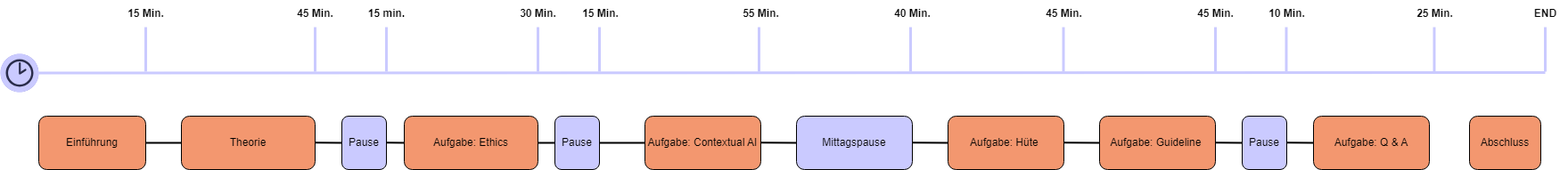
LeonMack/IWS-Workshop-Uebungsaufgaben keeps this draw.io diagram as .github/Timeline.png. Above is the earlier version. Source tidied: cells renumbered, new cells last; positions are measured from the earlier drawing's top-left corner, leaving out a move shared by most shapes.
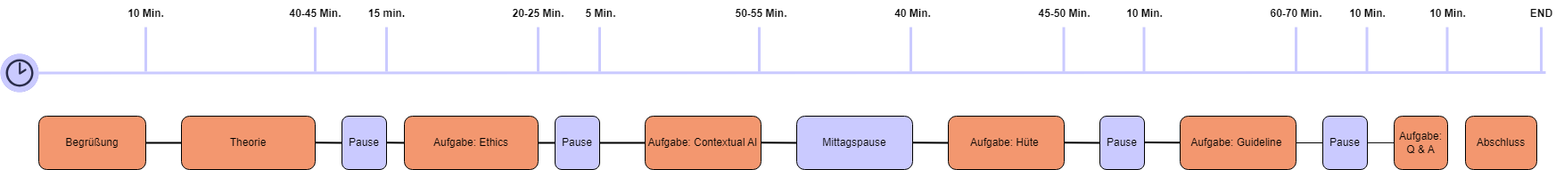
Above is the later version.

The edit, as a diff of the source:
```diff
@@ -7,3 +7,3 @@
     </mxCell>
-    <mxCell id="3" value="Einführung" style="rounded=1;whiteSpace=wrap;html=1;fillColor=#f3976f;" parent="1" vertex="1">
+    <mxCell id="3" value="Begrüßung" style="rounded=1;whiteSpace=wrap;html=1;fillColor=#f3976f;" parent="1" vertex="1">
       <mxGeometry x="43" y="130" width="120" height="60" as="geometry" />
@@ -25,161 +25,158 @@
     </mxCell>
-    <mxCell id="9" value="Pause" style="rounded=1;whiteSpace=wrap;html=1;fillColor=#CACAFF;" parent="1" vertex="1">
-      <mxGeometry x="1393" y="130" width="50" height="60" as="geometry" />
+    <mxCell id="9" style="edgeStyle=orthogonalEdgeStyle;rounded=0;jettySize=auto;html=1;endArrow=none;endFill=0;" parent="1" edge="1" source="10" target="11">
+      <mxGeometry relative="1" as="geometry" />
     </mxCell>
-    <mxCell id="10" value="Aufgabe: Guideline&amp;nbsp;" style="rounded=1;whiteSpace=wrap;html=1;fillColor=#f3976f;" parent="1" vertex="1">
-      <mxGeometry x="1233" y="130" width="130" height="60" as="geometry" />
+    <mxCell id="10" value="Pause" style="rounded=1;whiteSpace=wrap;html=1;fillColor=#CACAFF;" parent="1" vertex="1">
+      <mxGeometry x="1483" y="130" width="50" height="60" as="geometry" />
     </mxCell>
-    <mxCell id="11" style="rounded=0;orthogonalLoop=1;jettySize=auto;html=1;endArrow=none;endFill=0;strokeWidth=2;entryX=0;entryY=0.5;entryDx=0;entryDy=0;" parent="1" edge="1">
-      <mxGeometry relative="1" as="geometry">
-        <mxPoint x="433" y="159.8" as="sourcePoint" />
-        <mxPoint x="455" y="160" as="targetPoint" />
-      </mxGeometry>
+    <mxCell id="11" value="Aufgabe: Guideline&amp;nbsp;" style="rounded=1;whiteSpace=wrap;html=1;fillColor=#f3976f;" parent="1" vertex="1">
+      <mxGeometry x="1323" y="130" width="130" height="60" as="geometry" />
     </mxCell>
-    <mxCell id="12" style="rounded=0;jettySize=auto;html=1;endArrow=none;endFill=0;strokeWidth=2;entryX=0;entryY=0.5;entryDx=0;entryDy=0;" parent="1" edge="1" target="6">
+    <mxCell id="12" style="rounded=0;orthogonalLoop=1;jettySize=auto;html=1;endArrow=none;endFill=0;strokeWidth=2;entryX=0;entryY=0.5;entryDx=0;entryDy=0;" parent="1" edge="1">
       <mxGeometry relative="1" as="geometry">
-        <mxPoint x="603" y="160" as="sourcePoint" />
+        <mxPoint x="433" y="159.8" as="sourcePoint" />
+        <mxPoint x="455" y="160" as="targetPoint" />
       </mxGeometry>
     </mxCell>
-    <mxCell id="13" style="rounded=0;jettySize=auto;html=1;endArrow=none;endFill=0;strokeWidth=2;exitX=1;exitY=0.5;exitDx=0;exitDy=0;" parent="1" edge="1" source="6">
+    <mxCell id="13" style="rounded=0;jettySize=auto;html=1;endArrow=none;endFill=0;strokeWidth=2;entryX=0;entryY=0.5;entryDx=0;entryDy=0;" parent="1" edge="1" target="6">
       <mxGeometry relative="1" as="geometry">
-        <mxPoint x="723" y="160" as="targetPoint" />
+        <mxPoint x="603" y="160" as="sourcePoint" />
       </mxGeometry>
     </mxCell>
-    <mxCell id="14" style="endArrow=none;html=1;rounded=0;strokeWidth=3;strokeColor=#CACAFF;" parent="1" edge="1">
+    <mxCell id="14" style="rounded=0;jettySize=auto;html=1;endArrow=none;endFill=0;strokeWidth=2;exitX=1;exitY=0.5;exitDx=0;exitDy=0;" parent="1" edge="1" source="6">
       <mxGeometry relative="1" as="geometry">
-        <mxPoint x="43" y="81.4" as="sourcePoint" />
-        <mxPoint x="1733" y="81" as="targetPoint" />
+        <mxPoint x="723" y="160" as="targetPoint" />
       </mxGeometry>
     </mxCell>
-    <mxCell id="15" style="fillColor=#CACAFF;verticalLabelPosition=bottom;sketch=0;html=1;strokeColor=#2a2d4b;verticalAlign=top;align=center;shape=mxgraph.cisco_safe.compositeIcon;bgIcon=ellipse;resIcon=mxgraph.cisco_safe.capability.time_synchronization;" parent="1" vertex="1">
-      <mxGeometry y="60" width="43" height="43" as="geometry" />
+    <mxCell id="15" style="endArrow=none;html=1;rounded=0;strokeWidth=3;strokeColor=#CACAFF;" parent="1" edge="1">
+      <mxGeometry relative="1" as="geometry">
+        <mxPoint x="43" y="81.4" as="sourcePoint" />
+        <mxPoint x="1733" y="81" as="targetPoint" />
+      </mxGeometry>
     </mxCell>
-    <mxCell id="16" value="15 Min." style="text;html=1;align=center;verticalAlign=middle;strokeColor=none;fillColor=none;fontStyle=1;" parent="1" vertex="1">
-      <mxGeometry x="133" width="60" height="30" as="geometry" />
+    <mxCell id="16" style="fillColor=#CACAFF;verticalLabelPosition=bottom;sketch=0;html=1;strokeColor=#2a2d4b;verticalAlign=top;align=center;shape=mxgraph.cisco_safe.compositeIcon;bgIcon=ellipse;resIcon=mxgraph.cisco_safe.capability.time_synchronization;" parent="1" vertex="1">
+      <mxGeometry y="60" width="43" height="43" as="geometry" />
     </mxCell>
-    <mxCell id="17" style="edgeStyle=none;orthogonalLoop=1;jettySize=auto;html=1;rounded=0;endArrow=none;endFill=0;strokeWidth=3;strokeColor=#CACAFF;" parent="1" edge="1">
-      <mxGeometry relative="1" as="geometry">
-        <mxPoint x="353" y="80" as="sourcePoint" />
-        <mxPoint x="353" y="30" as="targetPoint" />
-      </mxGeometry>
+    <mxCell id="17" value="10 Min." style="text;html=1;align=center;verticalAlign=middle;strokeColor=none;fillColor=none;fontStyle=1;" parent="1" vertex="1">
+      <mxGeometry x="133" width="60" height="30" as="geometry" />
     </mxCell>
-    <mxCell id="18" value="45 Min." style="text;html=1;align=center;verticalAlign=middle;strokeColor=none;fillColor=none;fontStyle=1;" parent="1" vertex="1">
-      <mxGeometry x="323" width="60" height="30" as="geometry" />
+    <mxCell id="18" style="edgeStyle=none;orthogonalLoop=1;jettySize=auto;html=1;rounded=0;endArrow=none;endFill=0;strokeWidth=3;strokeColor=#CACAFF;" parent="1" edge="1">
+      <mxGeometry relative="1" as="geometry">
+        <mxPoint x="353" y="80" as="sourcePoint" />
+        <mxPoint x="353" y="30" as="targetPoint" />
+      </mxGeometry>
     </mxCell>
-    <mxCell id="19" value="15 min." style="text;html=1;align=center;verticalAlign=middle;strokeColor=none;fillColor=none;fontStyle=1;" parent="1" vertex="1">
-      <mxGeometry x="403" width="60" height="30" as="geometry" />
+    <mxCell id="19" value="40-45 Min." style="text;html=1;align=center;verticalAlign=middle;strokeColor=none;fillColor=none;fontStyle=1;" parent="1" vertex="1">
+      <mxGeometry x="313" width="80" height="30" as="geometry" />
     </mxCell>
-    <mxCell id="20" style="edgeStyle=none;orthogonalLoop=1;jettySize=auto;html=1;rounded=0;endArrow=none;endFill=0;strokeWidth=3;strokeColor=#CACAFF;" parent="1" edge="1">
-      <mxGeometry relative="1" as="geometry">
-        <mxPoint x="163" y="80" as="sourcePoint" />
-        <mxPoint x="163" y="30" as="targetPoint" />
-      </mxGeometry>
+    <mxCell id="20" value="15 min." style="text;html=1;align=center;verticalAlign=middle;strokeColor=none;fillColor=none;fontStyle=1;" parent="1" vertex="1">
+      <mxGeometry x="403" width="60" height="30" as="geometry" />
     </mxCell>
-    <mxCell id="21" style="rounded=0;orthogonalLoop=1;jettySize=auto;html=1;endArrow=none;endFill=0;strokeWidth=2;" parent="1" edge="1">
+    <mxCell id="21" style="edgeStyle=none;orthogonalLoop=1;jettySize=auto;html=1;rounded=0;endArrow=none;endFill=0;strokeWidth=3;strokeColor=#CACAFF;" parent="1" edge="1">
       <mxGeometry relative="1" as="geometry">
-        <mxPoint x="353" y="159.7" as="sourcePoint" />
-        <mxPoint x="383" y="160" as="targetPoint" />
+        <mxPoint x="163" y="80" as="sourcePoint" />
+        <mxPoint x="163" y="30" as="targetPoint" />
       </mxGeometry>
     </mxCell>
-    <mxCell id="22" style="edgeStyle=none;orthogonalLoop=1;jettySize=auto;html=1;rounded=0;endArrow=none;endFill=0;strokeWidth=3;strokeColor=#CACAFF;" parent="1" edge="1">
+    <mxCell id="22" style="rounded=0;orthogonalLoop=1;jettySize=auto;html=1;endArrow=none;endFill=0;strokeWidth=2;" parent="1" edge="1">
       <mxGeometry relative="1" as="geometry">
-        <mxPoint x="433" y="80" as="sourcePoint" />
-        <mxPoint x="433" y="30" as="targetPoint" />
+        <mxPoint x="353" y="159.7" as="sourcePoint" />
+        <mxPoint x="383" y="160" as="targetPoint" />
       </mxGeometry>
     </mxCell>
-    <mxCell id="23" value="Aufgabe: Ethics" style="rounded=1;whiteSpace=wrap;html=1;fillColor=#f3976f;" parent="1" vertex="1">
-      <mxGeometry x="453" y="130" width="150" height="60" as="geometry" />
+    <mxCell id="23" style="edgeStyle=none;orthogonalLoop=1;jettySize=auto;html=1;rounded=0;endArrow=none;endFill=0;strokeWidth=3;strokeColor=#CACAFF;" parent="1" edge="1">
+      <mxGeometry relative="1" as="geometry">
+        <mxPoint x="433" y="80" as="sourcePoint" />
+        <mxPoint x="433" y="30" as="targetPoint" />
+      </mxGeometry>
     </mxCell>
-    <mxCell id="24" style="edgeStyle=none;orthogonalLoop=1;jettySize=auto;html=1;rounded=0;endArrow=none;endFill=0;strokeWidth=3;strokeColor=#CACAFF;" parent="1" edge="1">
-      <mxGeometry relative="1" as="geometry">
-        <mxPoint x="603" y="80" as="sourcePoint" />
-        <mxPoint x="603" y="30" as="targetPoint" />
-      </mxGeometry>
+    <mxCell id="24" value="Aufgabe: Ethics" style="rounded=1;whiteSpace=wrap;html=1;fillColor=#f3976f;" parent="1" vertex="1">
+      <mxGeometry x="453" y="130" width="150" height="60" as="geometry" />
     </mxCell>
-    <mxCell id="25" value="30 Min." style="text;html=1;align=center;verticalAlign=middle;strokeColor=none;fillColor=none;fontStyle=1;" parent="1" vertex="1">
-      <mxGeometry x="573" width="60" height="30" as="geometry" />
+    <mxCell id="25" style="edgeStyle=none;orthogonalLoop=1;jettySize=auto;html=1;rounded=0;endArrow=none;endFill=0;strokeWidth=3;strokeColor=#CACAFF;" parent="1" edge="1">
+      <mxGeometry relative="1" as="geometry">
+        <mxPoint x="603" y="80" as="sourcePoint" />
+        <mxPoint x="603" y="30" as="targetPoint" />
+      </mxGeometry>
     </mxCell>
-    <mxCell id="26" style="edgeStyle=none;orthogonalLoop=1;jettySize=auto;html=1;rounded=0;endArrow=none;endFill=0;strokeWidth=3;strokeColor=#CACAFF;" parent="1" edge="1">
-      <mxGeometry relative="1" as="geometry">
-        <mxPoint x="672" y="80" as="sourcePoint" />
-        <mxPoint x="672" y="30" as="targetPoint" />
-      </mxGeometry>
+    <mxCell id="26" value="20-25 Min." style="text;html=1;align=center;verticalAlign=middle;strokeColor=none;fillColor=none;fontStyle=1;" parent="1" vertex="1">
+      <mxGeometry x="563" width="80" height="30" as="geometry" />
     </mxCell>
-    <mxCell id="27" value="15 Min." style="text;html=1;align=center;verticalAlign=middle;strokeColor=none;fillColor=none;fontStyle=1;" parent="1" vertex="1">
-      <mxGeometry x="643" width="60" height="30" as="geometry" />
+    <mxCell id="27" style="edgeStyle=none;orthogonalLoop=1;jettySize=auto;html=1;rounded=0;endArrow=none;endFill=0;strokeWidth=3;strokeColor=#CACAFF;" parent="1" edge="1">
+      <mxGeometry relative="1" as="geometry">
+        <mxPoint x="672" y="80" as="sourcePoint" />
+        <mxPoint x="672" y="30" as="targetPoint" />
+      </mxGeometry>
     </mxCell>
-    <mxCell id="28" value="Mittagspause" style="rounded=1;whiteSpace=wrap;html=1;fillColor=#CACAFF;" parent="1" vertex="1">
-      <mxGeometry x="893" y="130" width="130" height="60" as="geometry" />
+    <mxCell id="28" value="5 Min." style="text;html=1;align=center;verticalAlign=middle;strokeColor=none;fillColor=none;fontStyle=1;" parent="1" vertex="1">
+      <mxGeometry x="643" width="60" height="30" as="geometry" />
     </mxCell>
-    <mxCell id="29" style="edgeStyle=none;orthogonalLoop=1;jettySize=auto;html=1;rounded=0;endArrow=none;endFill=0;strokeWidth=3;strokeColor=#CACAFF;" parent="1" edge="1">
-      <mxGeometry relative="1" as="geometry">
-        <mxPoint x="851" y="80" as="sourcePoint" />
-        <mxPoint x="851" y="30" as="targetPoint" />
-      </mxGeometry>
+    <mxCell id="29" value="Mittagspause" style="rounded=1;whiteSpace=wrap;html=1;fillColor=#CACAFF;" parent="1" vertex="1">
+      <mxGeometry x="893" y="130" width="130" height="60" as="geometry" />
     </mxCell>
-    <mxCell id="30" value="55 Min." style="text;html=1;align=center;verticalAlign=middle;strokeColor=none;fillColor=none;fontStyle=1;" parent="1" vertex="1">
-      <mxGeometry x="823" width="60" height="30" as="geometry" />
+    <mxCell id="30" style="edgeStyle=none;orthogonalLoop=1;jettySize=auto;html=1;rounded=0;endArrow=none;endFill=0;strokeWidth=3;strokeColor=#CACAFF;" parent="1" edge="1">
+      <mxGeometry relative="1" as="geometry">
+        <mxPoint x="851" y="80" as="sourcePoint" />
+        <mxPoint x="851" y="30" as="targetPoint" />
+      </mxGeometry>
     </mxCell>
-    <mxCell id="31" style="edgeStyle=none;orthogonalLoop=1;jettySize=auto;html=1;rounded=0;endArrow=none;endFill=0;strokeWidth=3;strokeColor=#CACAFF;" parent="1" edge="1">
-      <mxGeometry relative="1" as="geometry">
-        <mxPoint x="1192.5" y="80" as="sourcePoint" />
-        <mxPoint x="1192.5" y="30" as="targetPoint" />
-      </mxGeometry>
+    <mxCell id="31" value="50-55 Min." style="text;html=1;align=center;verticalAlign=middle;strokeColor=none;fillColor=none;fontStyle=1;" parent="1" vertex="1">
+      <mxGeometry x="813" width="80" height="30" as="geometry" />
     </mxCell>
-    <mxCell id="32" value="45 Min." style="text;html=1;align=center;verticalAlign=middle;strokeColor=none;fillColor=none;fontStyle=1;" parent="1" vertex="1">
-      <mxGeometry x="1163" width="60" height="30" as="geometry" />
+    <mxCell id="32" style="edgeStyle=none;orthogonalLoop=1;jettySize=auto;html=1;rounded=0;endArrow=none;endFill=0;strokeWidth=3;strokeColor=#CACAFF;" parent="1" edge="1">
+      <mxGeometry relative="1" as="geometry">
+        <mxPoint x="1192.5" y="80" as="sourcePoint" />
+        <mxPoint x="1192.5" y="30" as="targetPoint" />
+      </mxGeometry>
     </mxCell>
-    <mxCell id="33" style="edgeStyle=none;orthogonalLoop=1;jettySize=auto;html=1;rounded=0;endArrow=none;endFill=0;strokeWidth=3;strokeColor=#CACAFF;" parent="1" edge="1">
-      <mxGeometry relative="1" as="geometry">
-        <mxPoint x="1363" y="80" as="sourcePoint" />
-        <mxPoint x="1363" y="30" as="targetPoint" />
-      </mxGeometry>
+    <mxCell id="33" value="45-50 Min." style="text;html=1;align=center;verticalAlign=middle;strokeColor=none;fillColor=none;fontStyle=1;" parent="1" vertex="1">
+      <mxGeometry x="1153" width="80" height="30" as="geometry" />
     </mxCell>
-    <mxCell id="34" value="45 Min." style="text;html=1;align=center;verticalAlign=middle;strokeColor=none;fillColor=none;fontStyle=1;" parent="1" vertex="1">
-      <mxGeometry x="1333" width="60" height="30" as="geometry" />
+    <mxCell id="34" style="edgeStyle=none;orthogonalLoop=1;jettySize=auto;html=1;rounded=0;endArrow=none;endFill=0;strokeWidth=3;strokeColor=#CACAFF;" parent="1" edge="1">
+      <mxGeometry relative="1" as="geometry">
+        <mxPoint x="1453" y="80" as="sourcePoint" />
+        <mxPoint x="1453" y="30" as="targetPoint" />
+      </mxGeometry>
     </mxCell>
-    <mxCell id="35" value="Aufgabe: Q &amp;amp; A" style="rounded=1;whiteSpace=wrap;html=1;fillColor=#f3976f;" parent="1" vertex="1">
-      <mxGeometry x="1473" y="130" width="130" height="60" as="geometry" />
+    <mxCell id="35" value="60-70 Min." style="text;html=1;align=center;verticalAlign=middle;strokeColor=none;fillColor=none;fontStyle=1;" parent="1" vertex="1">
+      <mxGeometry x="1413" width="80" height="30" as="geometry" />
     </mxCell>
-    <mxCell id="36" style="edgeStyle=none;orthogonalLoop=1;jettySize=auto;html=1;rounded=0;endArrow=none;endFill=0;strokeWidth=3;strokeColor=#CACAFF;" parent="1" edge="1">
-      <mxGeometry relative="1" as="geometry">
-        <mxPoint x="1442.5" y="80" as="sourcePoint" />
-        <mxPoint x="1442.5" y="30" as="targetPoint" />
-      </mxGeometry>
+    <mxCell id="36" value="Aufgabe: Q &amp;amp; A" style="rounded=1;whiteSpace=wrap;html=1;fillColor=#f3976f;" parent="1" vertex="1">
+      <mxGeometry x="1563" y="130" width="60" height="60" as="geometry" />
     </mxCell>
-    <mxCell id="37" value="10 Min." style="text;html=1;align=center;verticalAlign=middle;strokeColor=none;fillColor=none;fontStyle=1;" parent="1" vertex="1">
-      <mxGeometry x="1413" width="60" height="30" as="geometry" />
+    <mxCell id="37" style="edgeStyle=none;orthogonalLoop=1;jettySize=auto;html=1;rounded=0;endArrow=none;endFill=0;strokeWidth=3;strokeColor=#CACAFF;" parent="1" edge="1">
+      <mxGeometry relative="1" as="geometry">
+        <mxPoint x="1532.5" y="80" as="sourcePoint" />
+        <mxPoint x="1532.5" y="30" as="targetPoint" />
+      </mxGeometry>
     </mxCell>
-    <mxCell id="38" style="edgeStyle=none;orthogonalLoop=1;jettySize=auto;html=1;rounded=0;endArrow=none;endFill=0;strokeWidth=3;strokeColor=#CACAFF;" parent="1" edge="1">
-      <mxGeometry relative="1" as="geometry">
-        <mxPoint x="1733" y="80" as="sourcePoint" />
-        <mxPoint x="1733" y="30" as="targetPoint" />
-      </mxGeometry>
+    <mxCell id="38" value="10 Min." style="text;html=1;align=center;verticalAlign=middle;strokeColor=none;fillColor=none;fontStyle=1;" parent="1" vertex="1">
+      <mxGeometry x="1503" width="60" height="30" as="geometry" />
     </mxCell>
-    <mxCell id="39" value="Abschluss" style="rounded=1;whiteSpace=wrap;html=1;fillColor=#f3976f;" parent="1" vertex="1">
-      <mxGeometry x="1648" y="130" width="80" height="60" as="geometry" />
+    <mxCell id="39" style="edgeStyle=none;orthogonalLoop=1;jettySize=auto;html=1;rounded=0;endArrow=none;endFill=0;strokeWidth=3;strokeColor=#CACAFF;" parent="1" edge="1">
+      <mxGeometry relative="1" as="geometry">
+        <mxPoint x="1728" y="80" as="sourcePoint" />
+        <mxPoint x="1728" y="30" as="targetPoint" />
+      </mxGeometry>
     </mxCell>
-    <mxCell id="40" style="edgeStyle=none;orthogonalLoop=1;jettySize=auto;html=1;rounded=0;endArrow=none;endFill=0;strokeWidth=3;strokeColor=#CACAFF;" parent="1" edge="1">
-      <mxGeometry relative="1" as="geometry">
-        <mxPoint x="1021" y="80" as="sourcePoint" />
-        <mxPoint x="1021" y="30" as="targetPoint" />
-      </mxGeometry>
+    <mxCell id="40" value="Abschluss" style="rounded=1;whiteSpace=wrap;html=1;fillColor=#f3976f;" parent="1" vertex="1">
+      <mxGeometry x="1643" y="130" width="80" height="60" as="geometry" />
     </mxCell>
-    <mxCell id="41" value="40 Min." style="text;html=1;align=center;verticalAlign=middle;strokeColor=none;fillColor=none;fontStyle=1;" parent="1" vertex="1">
-      <mxGeometry x="993" width="60" height="30" as="geometry" />
+    <mxCell id="41" style="edgeStyle=none;orthogonalLoop=1;jettySize=auto;html=1;rounded=0;endArrow=none;endFill=0;strokeWidth=3;strokeColor=#CACAFF;" parent="1" edge="1">
+      <mxGeometry relative="1" as="geometry">
+        <mxPoint x="1021" y="80" as="sourcePoint" />
+        <mxPoint x="1021" y="30" as="targetPoint" />
+      </mxGeometry>
     </mxCell>
-    <mxCell id="42" style="edgeStyle=none;orthogonalLoop=1;jettySize=auto;html=1;rounded=0;endArrow=none;endFill=0;strokeWidth=3;strokeColor=#CACAFF;" parent="1" edge="1">
-      <mxGeometry relative="1" as="geometry">
-        <mxPoint x="1608.5" y="80" as="sourcePoint" />
-        <mxPoint x="1608.5" y="30" as="targetPoint" />
-      </mxGeometry>
+    <mxCell id="42" value="40 Min." style="text;html=1;align=center;verticalAlign=middle;strokeColor=none;fillColor=none;fontStyle=1;" parent="1" vertex="1">
+      <mxGeometry x="993" width="60" height="30" as="geometry" />
     </mxCell>
-    <mxCell id="43" value="25 Min." style="text;html=1;align=center;verticalAlign=middle;strokeColor=none;fillColor=none;fontStyle=1;" parent="1" vertex="1">
-      <mxGeometry x="1579" width="60" height="30" as="geometry" />
+    <mxCell id="43" style="edgeStyle=none;orthogonalLoop=1;jettySize=auto;html=1;rounded=0;endArrow=none;endFill=0;strokeWidth=3;strokeColor=#CACAFF;" parent="1" edge="1">
+      <mxGeometry relative="1" as="geometry">
+        <mxPoint x="1622.5" y="80" as="sourcePoint" />
+        <mxPoint x="1622.5" y="30" as="targetPoint" />
+      </mxGeometry>
     </mxCell>
-    <mxCell id="44" style="rounded=0;orthogonalLoop=1;jettySize=auto;html=1;endArrow=none;endFill=0;strokeWidth=2;exitX=1;exitY=0.5;exitDx=0;exitDy=0;" parent="1" edge="1">
-      <mxGeometry relative="1" as="geometry">
-        <mxPoint x="853" y="159.7" as="sourcePoint" />
-        <mxPoint x="893" y="160" as="targetPoint" />
-      </mxGeometry>
+    <mxCell id="44" value="10 Min." style="text;html=1;align=center;verticalAlign=middle;strokeColor=none;fillColor=none;fontStyle=1;" parent="1" vertex="1">
+      <mxGeometry x="1593" width="60" height="30" as="geometry" />
     </mxCell>
@@ -187,4 +184,4 @@
       <mxGeometry relative="1" as="geometry">
-        <mxPoint x="1023" y="159.7" as="sourcePoint" />
-        <mxPoint x="1063" y="160" as="targetPoint" />
+        <mxPoint x="853" y="159.7" as="sourcePoint" />
+        <mxPoint x="893" y="160" as="targetPoint" />
       </mxGeometry>
@@ -193,20 +190,38 @@
       <mxGeometry relative="1" as="geometry">
-        <mxPoint x="1193" y="159.7" as="sourcePoint" />
-        <mxPoint x="1233" y="160" as="targetPoint" />
+        <mxPoint x="1023" y="159.7" as="sourcePoint" />
+        <mxPoint x="1063" y="160" as="targetPoint" />
       </mxGeometry>
     </mxCell>
-    <mxCell id="47" style="rounded=0;jettySize=auto;html=1;endArrow=none;endFill=0;strokeWidth=2;exitX=1;exitY=0.5;exitDx=0;exitDy=0;entryX=0;entryY=0.5;entryDx=0;entryDy=0;" parent="1" edge="1" target="9">
+    <mxCell id="47" style="rounded=0;orthogonalLoop=1;jettySize=auto;html=1;endArrow=none;endFill=0;strokeWidth=2;exitX=1;exitY=0.5;exitDx=0;exitDy=0;" parent="1" edge="1">
       <mxGeometry relative="1" as="geometry">
-        <mxPoint x="1363" y="159.7" as="sourcePoint" />
+        <mxPoint x="1193" y="159.7" as="sourcePoint" />
+        <mxPoint x="1233" y="160" as="targetPoint" />
       </mxGeometry>
     </mxCell>
-    <mxCell id="48" style="rounded=0;orthogonalLoop=1;jettySize=auto;html=1;endArrow=none;endFill=0;strokeWidth=2;exitX=1;exitY=0.5;exitDx=0;exitDy=0;entryX=0;entryY=0.5;entryDx=0;entryDy=0;" parent="1" edge="1">
-      <mxGeometry relative="1" as="geometry">
-        <mxPoint x="1443" y="159.7" as="sourcePoint" />
-        <mxPoint x="1473" y="160" as="targetPoint" />
-      </mxGeometry>
+    <mxCell id="48" value="END" style="text;html=1;align=center;verticalAlign=middle;strokeColor=none;fillColor=none;fontStyle=1;" parent="1" vertex="1">
+      <mxGeometry x="1703" width="50" height="30" as="geometry" />
     </mxCell>
-    <mxCell id="49" value="END" style="text;html=1;align=center;verticalAlign=middle;strokeColor=none;fillColor=none;fontStyle=1;" parent="1" vertex="1">
-      <mxGeometry x="1708" width="50" height="30" as="geometry" />
+    <mxCell id="49" style="edgeStyle=none;orthogonalLoop=1;jettySize=auto;html=1;rounded=0;endArrow=none;endFill=0;strokeWidth=3;strokeColor=#CACAFF;" parent="1" edge="1">
+      <mxGeometry relative="1" as="geometry">
+        <mxPoint x="1282.5" y="80" as="sourcePoint" />
+        <mxPoint x="1282.5" y="30" as="targetPoint" />
+      </mxGeometry>
     </mxCell>
+    <mxCell id="50" value="10 Min." style="text;html=1;align=center;verticalAlign=middle;strokeColor=none;fillColor=none;fontStyle=1;" parent="1" vertex="1">
+      <mxGeometry x="1253" width="60" height="30" as="geometry" />
+    </mxCell>
+    <mxCell id="51" value="Pause" style="rounded=1;whiteSpace=wrap;html=1;fillColor=#CACAFF;" parent="1" vertex="1">
+      <mxGeometry x="1233" y="130" width="50" height="60" as="geometry" />
+    </mxCell>
+    <mxCell id="52" style="rounded=0;jettySize=auto;html=1;endArrow=none;endFill=0;strokeWidth=2;exitX=1;exitY=0.5;exitDx=0;exitDy=0;" parent="1" edge="1" target="11">
+      <mxGeometry relative="1" as="geometry">
+        <mxPoint x="1283" y="159.5" as="sourcePoint" />
+      </mxGeometry>
+    </mxCell>
+    <mxCell id="53" style="edgeStyle=orthogonalEdgeStyle;rounded=0;orthogonalLoop=1;jettySize=auto;html=1;endArrow=none;endFill=0;" parent="1" edge="1">
+      <mxGeometry relative="1" as="geometry">
+        <mxPoint x="1563" y="159.9" as="sourcePoint" />
+        <mxPoint x="1533" y="159.9" as="targetPoint" />
+      </mxGeometry>
+    </mxCell>
   </root>
```
